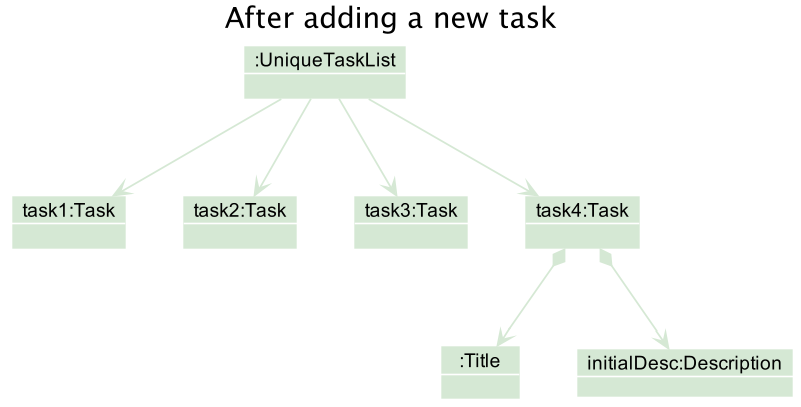
petrickjerico/tp keeps this PlantUML diagram as docs/images/EditCommandClassDiagram1.png. Above is the earlier version.
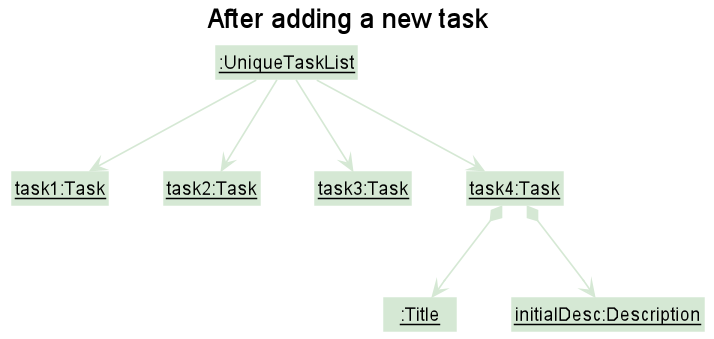
The same file after the commit.

Commit message:
Update task object diagrams

What changed in the source:
```diff
@@ -8,13 +8,13 @@
 
 Title After adding a new task
 
-Object ":UniqueTaskList" as UniqueTaskList
-Object "task1:Task" as task1
-Object "task2:Task" as task2
-Object "task3:Task" as task3
-Object "task4:Task" as task4
-Object ":Title" as Title
-object "initialDesc:Description" as desc0
+Class "__:UniqueTaskList__" as UniqueTaskList
+Class "__task1:Task__" as task1
+Class "__task2:Task__" as task2
+Class "__task3:Task__" as task3
+Class "__task4:Task__" as task4
+Class "__:Title__" as Title
+Class "__initialDesc:Description__" as desc0
 desc0 : description = "test"
 
 
```
